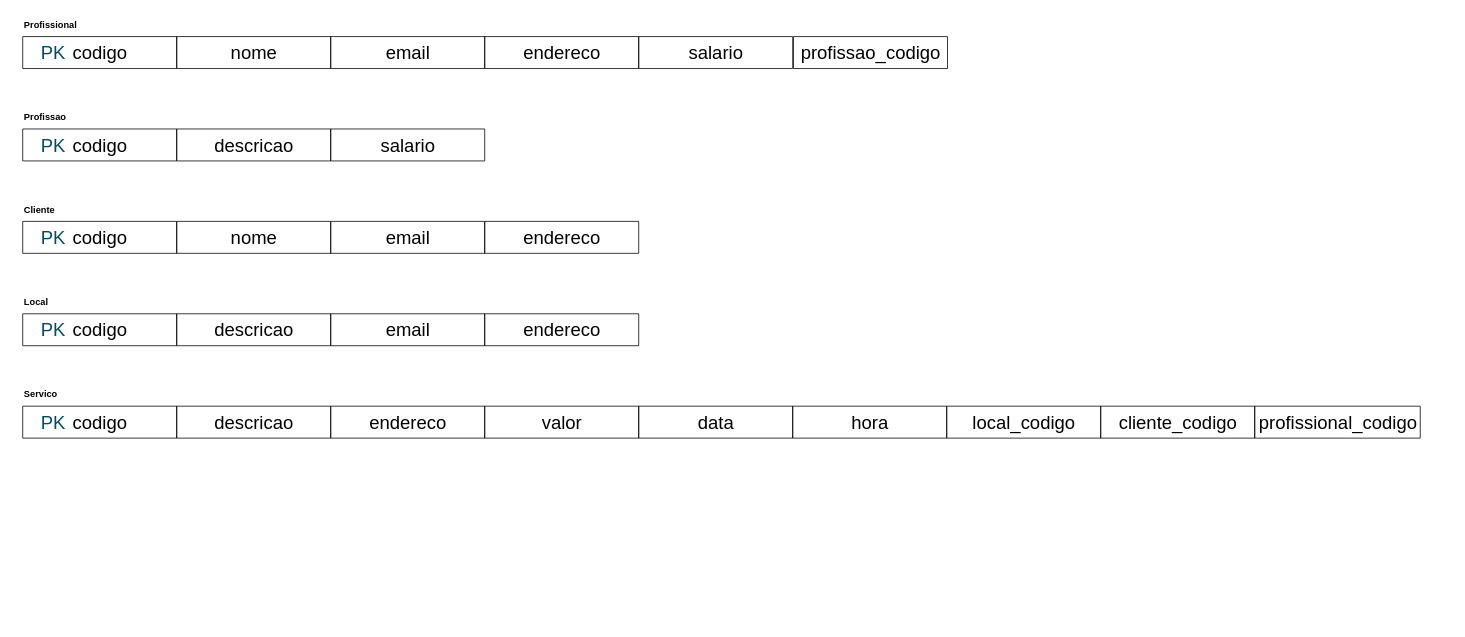
Earlier version of the draw.io diagram LEOBRATV4.drawio (Konitch/Diagram). Source tidied: cells renumbered, new cells numbered last; positions are measured from the earlier drawing's top-left corner, leaving out a move shared by most shapes. Both pictures are drawn from the tidied source at 77%, with x=0, y=0 at pixel (22, 13).
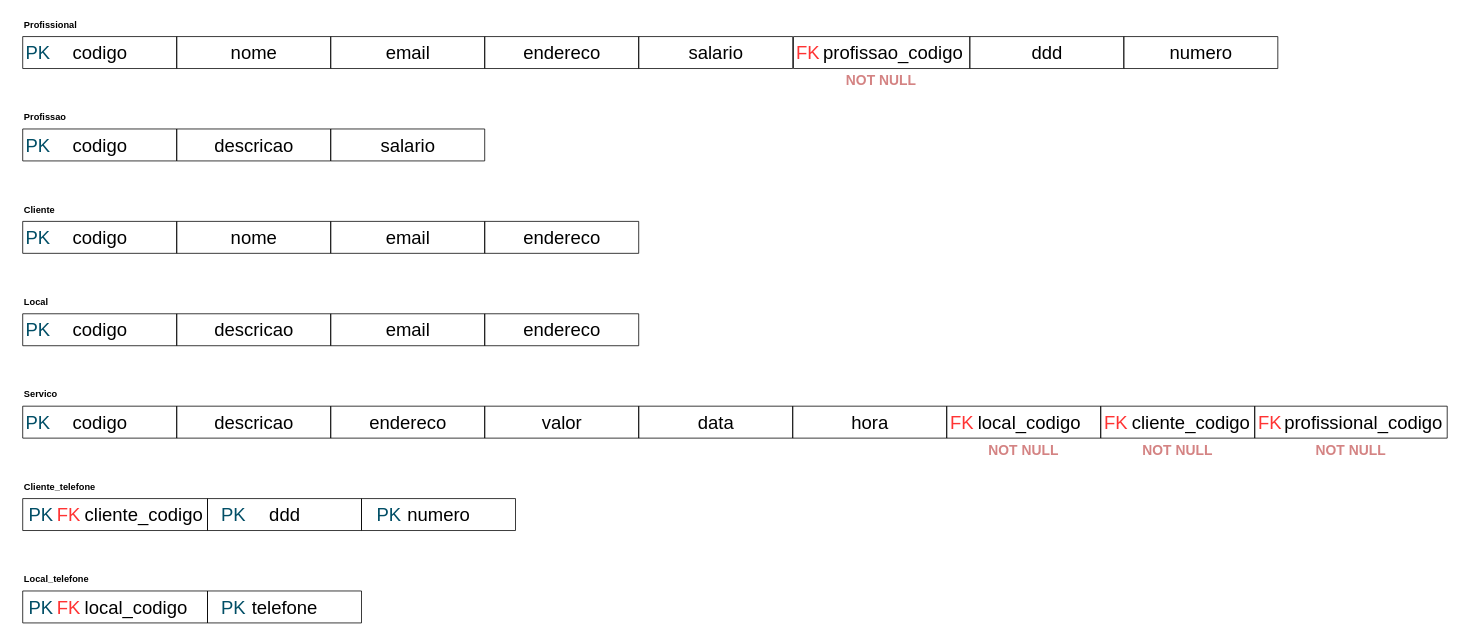
The same diagram, later.

The change refers to these unchanged cells:
```xml
<mxCell id="5" style="swimlane;startSize=0;" parent="4" vertex="1">
  <mxGeometry width="200" height="41.5" as="geometry" />
</mxCell>
<mxCell id="18" style="swimlane;startSize=0;" parent="17" vertex="1">
  <mxGeometry width="200" height="41.5" as="geometry" />
</mxCell>
<mxCell id="34" style="swimlane;startSize=0;" parent="33" vertex="1">
  <mxGeometry width="200" height="41.5" as="geometry" />
</mxCell>
<mxCell id="52" style="swimlane;startSize=0;" parent="51" vertex="1">
  <mxGeometry width="200" height="41.5" as="geometry" />
</mxCell>
<mxCell id="74" style="swimlane;startSize=0;" parent="73" vertex="1">
  <mxGeometry width="200" height="41.5" as="geometry" />
</mxCell>
<mxCell id="94" style="swimlane;startSize=0;" parent="93" vertex="1">
  <mxGeometry width="200" height="41.5" as="geometry" />
</mxCell>
<mxCell id="97" style="swimlane;startSize=0;" parent="96" vertex="1">
  <mxGeometry width="200" height="41.5" as="geometry" />
</mxCell>
```

Diff of the diagram source:
```diff
@@
     <mxCell id="7" value="&lt;font color=&quot;#014e66&quot; style=&quot;font-size: 24px;&quot;&gt;PK&lt;/font&gt;" style="text;html=1;align=center;verticalAlign=middle;whiteSpace=wrap;rounded=0;" parent="5" vertex="1">
-      <mxGeometry x="10" y="6.5" width="60" height="30" as="geometry" />
+      <mxGeometry x="-10" y="6.5" width="60" height="30" as="geometry" />
     </mxCell>
@@
     <mxCell id="20" value="&lt;font color=&quot;#014e66&quot; style=&quot;font-size: 24px;&quot;&gt;PK&lt;/font&gt;" style="text;html=1;align=center;verticalAlign=middle;whiteSpace=wrap;rounded=0;" parent="18" vertex="1">
-      <mxGeometry x="10" y="6.5" width="60" height="30" as="geometry" />
+      <mxGeometry x="-10" y="6.5" width="60" height="30" as="geometry" />
     </mxCell>
@@
     <mxCell id="36" value="&lt;font color=&quot;#014e66&quot; style=&quot;font-size: 24px;&quot;&gt;PK&lt;/font&gt;" style="text;html=1;align=center;verticalAlign=middle;whiteSpace=wrap;rounded=0;" parent="34" vertex="1">
-      <mxGeometry x="10" y="6.5" width="60" height="30" as="geometry" />
+      <mxGeometry x="-10" y="6.5" width="60" height="30" as="geometry" />
     </mxCell>
@@
     <mxCell id="47" style="group;" parent="1" vertex="1">
-      <mxGeometry width="1201" height="73" as="geometry" />
+      <mxGeometry width="1230" height="73" as="geometry" />
     </mxCell>
@@
     <mxCell id="54" value="&lt;font color=&quot;#014e66&quot; style=&quot;font-size: 24px;&quot;&gt;PK&lt;/font&gt;" style="text;html=1;align=center;verticalAlign=middle;whiteSpace=wrap;rounded=0;" parent="52" vertex="1">
-      <mxGeometry x="10" y="6.5" width="60" height="30" as="geometry" />
+      <mxGeometry x="-10" y="6.5" width="60" height="30" as="geometry" />
     </mxCell>
@@
     <mxCell id="67" style="swimlane;startSize=0;" parent="47" vertex="1">
-      <mxGeometry x="1001" y="30" width="200" height="41.5" as="geometry" />
+      <mxGeometry x="1001" y="30" width="229" height="41.5" as="geometry" />
     </mxCell>
     <mxCell id="68" value="&lt;font style=&quot;font-size: 24px;&quot;&gt;profissao_codigo&lt;/font&gt;" style="text;html=1;align=center;verticalAlign=middle;strokeColor=none;fillColor=none;" parent="67" vertex="1">
-      <mxGeometry y="1.5" width="200" height="40" as="geometry" />
+      <mxGeometry x="29" y="0.5" width="200" height="40" as="geometry" />
     </mxCell>
+    <mxCell id="102" value="&lt;font color=&quot;#ff3333&quot; style=&quot;font-size: 24px;&quot;&gt;FK&lt;/font&gt;" style="text;html=1;align=center;verticalAlign=middle;whiteSpace=wrap;rounded=0;" parent="67" vertex="1">
+      <mxGeometry x="-11" y="6.8" width="60" height="30" as="geometry" />
+    </mxCell>
@@
     <mxCell id="76" value="&lt;font color=&quot;#014e66&quot; style=&quot;font-size: 24px;&quot;&gt;PK&lt;/font&gt;" style="text;html=1;align=center;verticalAlign=middle;whiteSpace=wrap;rounded=0;" parent="74" vertex="1">
-      <mxGeometry x="10" y="6.5" width="60" height="30" as="geometry" />
+      <mxGeometry x="-10" y="6.5" width="60" height="30" as="geometry" />
     </mxCell>
@@
     <mxCell id="95" value="&lt;font style=&quot;font-size: 24px;&quot;&gt;local_codigo&lt;/font&gt;" style="text;html=1;align=center;verticalAlign=middle;strokeColor=none;fillColor=none;" parent="94" vertex="1">
-      <mxGeometry x="20" y="1.5" width="160" height="40" as="geometry" />
+      <mxGeometry x="27" y="1.5" width="160" height="40" as="geometry" />
     </mxCell>
+    <mxCell id="103" value="&lt;font color=&quot;#ff3333&quot; style=&quot;font-size: 24px;&quot;&gt;FK&lt;/font&gt;" style="text;html=1;align=center;verticalAlign=middle;whiteSpace=wrap;rounded=0;" parent="94" vertex="1">
+      <mxGeometry x="-10" y="6.5" width="60" height="30" as="geometry" />
+    </mxCell>
@@
     <mxCell id="98" value="&lt;font style=&quot;font-size: 24px;&quot;&gt;cliente_codigo&lt;/font&gt;" style="text;html=1;align=center;verticalAlign=middle;strokeColor=none;fillColor=none;" parent="97" vertex="1">
-      <mxGeometry x="10" y="1.5" width="180" height="40" as="geometry" />
+      <mxGeometry x="27" y="1.5" width="180" height="40" as="geometry" />
     </mxCell>
+    <mxCell id="104" value="&lt;font color=&quot;#ff3333&quot; style=&quot;font-size: 24px;&quot;&gt;FK&lt;/font&gt;" style="text;html=1;align=center;verticalAlign=middle;whiteSpace=wrap;rounded=0;" parent="97" vertex="1">
+      <mxGeometry x="-10" y="6.5" width="60" height="30" as="geometry" />
+    </mxCell>
     <mxCell id="99" style="group;" parent="1" vertex="1">
-      <mxGeometry x="1600" y="510" width="215" height="43" as="geometry" />
+      <mxGeometry x="1600" y="510" width="250" height="43" as="geometry" />
     </mxCell>
     <mxCell id="100" style="swimlane;startSize=0;" parent="99" vertex="1">
-      <mxGeometry width="215" height="41.5" as="geometry" />
+      <mxGeometry width="250" height="41.5" as="geometry" />
     </mxCell>
     <mxCell id="101" value="&lt;font style=&quot;font-size: 24px;&quot;&gt;profissional_codigo&lt;/font&gt;" style="text;html=1;align=center;verticalAlign=middle;strokeColor=none;fillColor=none;" parent="100" vertex="1">
-      <mxGeometry x="-7" y="1.5" width="230" height="40" as="geometry" />
+      <mxGeometry x="25.9" y="1.5" width="230" height="40" as="geometry" />
     </mxCell>
+    <mxCell id="105" value="&lt;font color=&quot;#ff3333&quot; style=&quot;font-size: 24px;&quot;&gt;FK&lt;/font&gt;" style="text;html=1;align=center;verticalAlign=middle;whiteSpace=wrap;rounded=0;" parent="100" vertex="1">
+      <mxGeometry x="-10" y="6.5" width="60" height="30" as="geometry" />
+    </mxCell>
+    <mxCell id="106" style="group;" parent="1" vertex="1">
+      <mxGeometry y="600" width="1000" height="73" as="geometry" />
+    </mxCell>
+    <mxCell id="107" style="group;" parent="106" vertex="1">
+      <mxGeometry y="30" width="1000" height="43" as="geometry" />
+    </mxCell>
+    <mxCell id="108" style="group;" parent="107" vertex="1">
+      <mxGeometry width="240" height="43" as="geometry" />
+    </mxCell>
+    <mxCell id="109" style="swimlane;startSize=0;" parent="108" vertex="1">
+      <mxGeometry width="240" height="41.5" as="geometry" />
+    </mxCell>
+    <mxCell id="110" value="&lt;font style=&quot;font-size: 24px;&quot;&gt;cliente_codigo&lt;/font&gt;" style="text;html=1;align=center;verticalAlign=middle;strokeColor=none;fillColor=none;" parent="109" vertex="1">
+      <mxGeometry x="67.4" y="1.5" width="180" height="40" as="geometry" />
+    </mxCell>
+    <mxCell id="111" value="&lt;font color=&quot;#014e66&quot; style=&quot;font-size: 24px;&quot;&gt;PK&lt;/font&gt;" style="text;html=1;align=center;verticalAlign=middle;whiteSpace=wrap;rounded=0;" parent="109" vertex="1">
+      <mxGeometry x="-12" y="6.5" width="72" height="30" as="geometry" />
+    </mxCell>
+    <mxCell id="112" value="&lt;font color=&quot;#ff3333&quot; style=&quot;font-size: 24px;&quot;&gt;FK&lt;/font&gt;" style="text;html=1;align=center;verticalAlign=middle;whiteSpace=wrap;rounded=0;" parent="109" vertex="1">
+      <mxGeometry x="30" y="6.5" width="60" height="30" as="geometry" />
+    </mxCell>
+    <mxCell id="113" style="group;" parent="107" vertex="1">
+      <mxGeometry x="240" width="200" height="43" as="geometry" />
+    </mxCell>
+    <mxCell id="114" style="swimlane;startSize=0;" parent="113" vertex="1">
+      <mxGeometry width="200" height="41.5" as="geometry" />
+    </mxCell>
+    <mxCell id="115" value="&lt;span style=&quot;font-size: 24px;&quot;&gt;ddd&lt;/span&gt;" style="text;html=1;align=center;verticalAlign=middle;strokeColor=none;fillColor=none;" parent="114" vertex="1">
+      <mxGeometry x="70" y="1.5" width="60" height="40" as="geometry" />
+    </mxCell>
+    <mxCell id="116" value="&lt;font color=&quot;#014e66&quot; style=&quot;font-size: 24px;&quot;&gt;PK&lt;/font&gt;" style="text;html=1;align=center;verticalAlign=middle;whiteSpace=wrap;rounded=0;" parent="114" vertex="1">
+      <mxGeometry x="-2" y="6.5" width="72" height="30" as="geometry" />
+    </mxCell>
+    <mxCell id="117" style="group;" parent="107" vertex="1">
+      <mxGeometry x="440" width="200" height="43" as="geometry" />
+    </mxCell>
+    <mxCell id="118" style="swimlane;startSize=0;" parent="117" vertex="1">
+      <mxGeometry width="200" height="41.5" as="geometry" />
+    </mxCell>
+    <mxCell id="119" value="&lt;font style=&quot;font-size: 24px;&quot;&gt;numero&lt;/font&gt;" style="text;html=1;align=center;verticalAlign=middle;strokeColor=none;fillColor=none;" parent="118" vertex="1">
+      <mxGeometry x="50" y="1.5" width="100" height="40" as="geometry" />
+    </mxCell>
+    <mxCell id="120" value="&lt;font color=&quot;#014e66&quot; style=&quot;font-size: 24px;&quot;&gt;PK&lt;/font&gt;" style="text;html=1;align=center;verticalAlign=middle;whiteSpace=wrap;rounded=0;" parent="118" vertex="1">
+      <mxGeometry y="6.5" width="72" height="30" as="geometry" />
+    </mxCell>
+    <mxCell id="121" value="&lt;b&gt;Cliente_telefone&lt;/b&gt;" style="text;html=1;align=left;verticalAlign=middle;whiteSpace=wrap;rounded=0;" parent="106" vertex="1">
+      <mxGeometry width="110" height="30" as="geometry" />
+    </mxCell>
+    <mxCell id="122" style="group;" parent="1" vertex="1">
+      <mxGeometry y="720" width="1000" height="73" as="geometry" />
+    </mxCell>
+    <mxCell id="123" style="group;" parent="122" vertex="1">
+      <mxGeometry y="30" width="1000" height="43" as="geometry" />
+    </mxCell>
+    <mxCell id="124" style="group;" parent="123" vertex="1">
+      <mxGeometry width="240" height="43" as="geometry" />
+    </mxCell>
+    <mxCell id="125" style="swimlane;startSize=0;" parent="124" vertex="1">
+      <mxGeometry width="240" height="41.5" as="geometry" />
+    </mxCell>
+    <mxCell id="126" value="&lt;font style=&quot;font-size: 24px;&quot;&gt;local_codigo&lt;/font&gt;" style="text;html=1;align=center;verticalAlign=middle;strokeColor=none;fillColor=none;" parent="125" vertex="1">
+      <mxGeometry x="67.4" y="1.5" width="160" height="40" as="geometry" />
+    </mxCell>
+    <mxCell id="127" value="&lt;font color=&quot;#014e66&quot; style=&quot;font-size: 24px;&quot;&gt;PK&lt;/font&gt;" style="text;html=1;align=center;verticalAlign=middle;whiteSpace=wrap;rounded=0;" parent="125" vertex="1">
+      <mxGeometry x="-12" y="6.5" width="72" height="30" as="geometry" />
+    </mxCell>
+    <mxCell id="128" value="&lt;font color=&quot;#ff3333&quot; style=&quot;font-size: 24px;&quot;&gt;FK&lt;/font&gt;" style="text;html=1;align=center;verticalAlign=middle;whiteSpace=wrap;rounded=0;" parent="125" vertex="1">
+      <mxGeometry x="30" y="6.5" width="60" height="30" as="geometry" />
+    </mxCell>
+    <mxCell id="129" style="group;" parent="123" vertex="1">
+      <mxGeometry x="240" width="200" height="43" as="geometry" />
+    </mxCell>
+    <mxCell id="130" style="swimlane;startSize=0;" parent="129" vertex="1">
+      <mxGeometry width="200" height="41.5" as="geometry" />
+    </mxCell>
+    <mxCell id="131" value="&lt;font style=&quot;font-size: 24px;&quot;&gt;telefone&lt;/font&gt;" style="text;html=1;align=center;verticalAlign=middle;strokeColor=none;fillColor=none;" parent="130" vertex="1">
+      <mxGeometry x="45" y="1.5" width="110" height="40" as="geometry" />
+    </mxCell>
+    <mxCell id="132" value="&lt;font color=&quot;#014e66&quot; style=&quot;font-size: 24px;&quot;&gt;PK&lt;/font&gt;" style="text;html=1;align=center;verticalAlign=middle;whiteSpace=wrap;rounded=0;" parent="130" vertex="1">
+      <mxGeometry x="-2" y="6.5" width="72" height="30" as="geometry" />
+    </mxCell>
+    <mxCell id="133" value="&lt;b&gt;Local_telefone&lt;/b&gt;" style="text;html=1;align=left;verticalAlign=middle;whiteSpace=wrap;rounded=0;" parent="122" vertex="1">
+      <mxGeometry width="110" height="30" as="geometry" />
+    </mxCell>
+    <mxCell id="134" value="&lt;h2&gt;&lt;font color=&quot;#d48383&quot;&gt;NOT NULL&lt;/font&gt;&lt;/h2&gt;" style="text;html=1;align=center;verticalAlign=middle;whiteSpace=wrap;rounded=0;" parent="1" vertex="1">
+      <mxGeometry x="1200" y="553" width="200" height="30" as="geometry" />
+    </mxCell>
+    <mxCell id="135" value="&lt;h2&gt;&lt;font color=&quot;#d48383&quot;&gt;NOT NULL&lt;/font&gt;&lt;/h2&gt;" style="text;html=1;align=center;verticalAlign=middle;whiteSpace=wrap;rounded=0;" parent="1" vertex="1">
+      <mxGeometry x="1400" y="553" width="200" height="30" as="geometry" />
+    </mxCell>
+    <mxCell id="136" value="&lt;h2&gt;&lt;font color=&quot;#d48383&quot;&gt;NOT NULL&lt;/font&gt;&lt;/h2&gt;" style="text;html=1;align=center;verticalAlign=middle;whiteSpace=wrap;rounded=0;" parent="1" vertex="1">
+      <mxGeometry x="1600" y="553" width="250" height="30" as="geometry" />
+    </mxCell>
+    <mxCell id="137" value="&lt;h2&gt;&lt;font color=&quot;#d48383&quot;&gt;NOT NULL&lt;/font&gt;&lt;/h2&gt;" style="text;html=1;align=center;verticalAlign=middle;whiteSpace=wrap;rounded=0;" parent="1" vertex="1">
+      <mxGeometry x="1000" y="73" width="230" height="30" as="geometry" />
+    </mxCell>
+    <mxCell id="138" style="group;" parent="1" vertex="1">
+      <mxGeometry x="1230" y="30" width="200" height="43" as="geometry" />
+    </mxCell>
+    <mxCell id="139" style="swimlane;startSize=0;" parent="138" vertex="1">
+      <mxGeometry width="200" height="41.5" as="geometry" />
+    </mxCell>
+    <mxCell id="140" value="&lt;font style=&quot;font-size: 24px;&quot;&gt;ddd&lt;/font&gt;" style="text;html=1;align=center;verticalAlign=middle;strokeColor=none;fillColor=none;" parent="139" vertex="1">
+      <mxGeometry x="70" y="1.5" width="60" height="40" as="geometry" />
+    </mxCell>
+    <mxCell id="141" style="group;" parent="1" vertex="1">
+      <mxGeometry x="1430" y="30" width="200" height="43" as="geometry" />
+    </mxCell>
+    <mxCell id="142" style="swimlane;startSize=0;" parent="141" vertex="1">
+      <mxGeometry width="200" height="41.5" as="geometry" />
+    </mxCell>
+    <mxCell id="143" value="&lt;font style=&quot;font-size: 24px;&quot;&gt;numero&lt;/font&gt;" style="text;html=1;align=center;verticalAlign=middle;strokeColor=none;fillColor=none;" parent="142" vertex="1">
+      <mxGeometry x="50" y="1.5" width="100" height="40" as="geometry" />
+    </mxCell>
```
